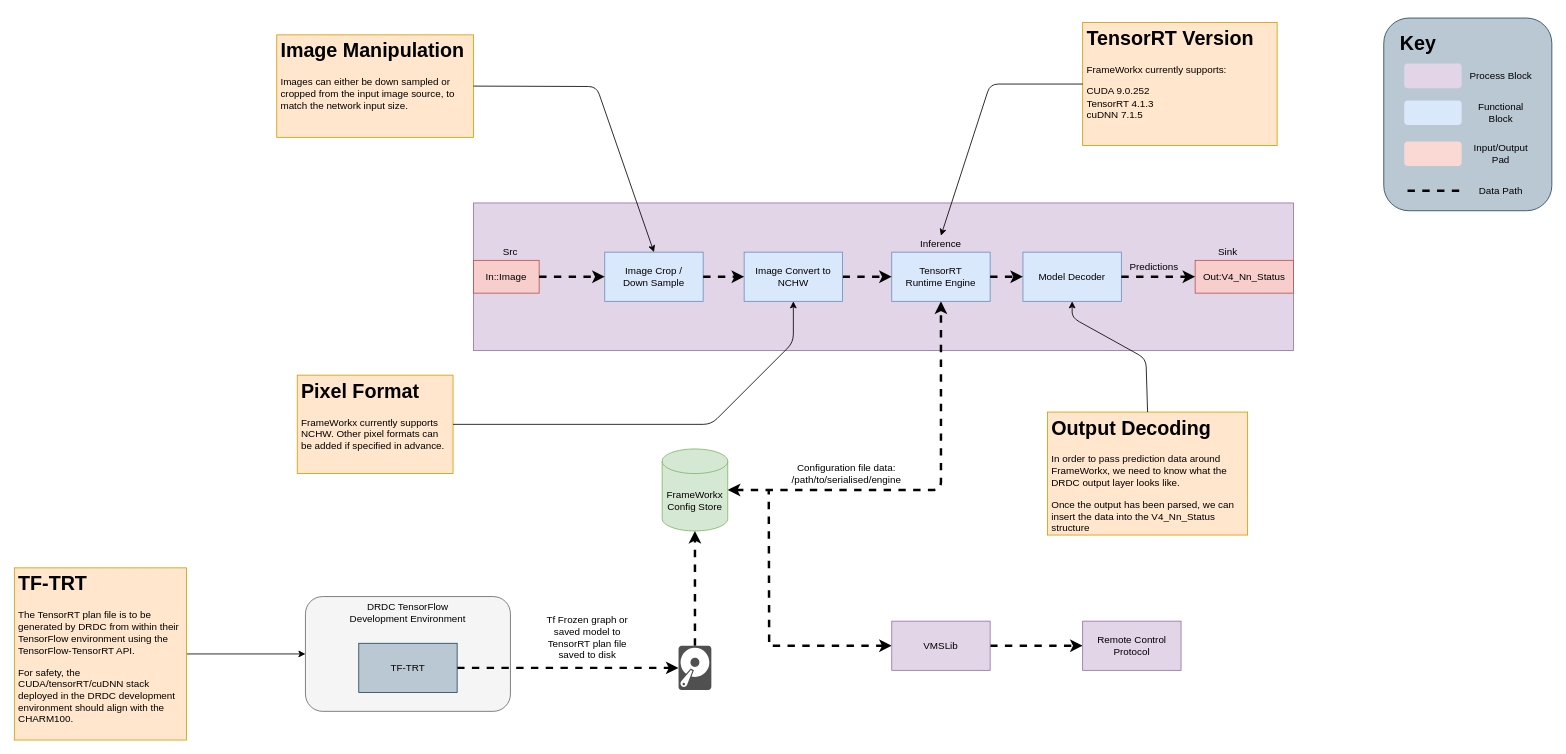
This is drdc_frameworkx_block_d.drawio from mj8ac/hello-world, a draw.io file, before an edit. Source tidied: cells renumbered, new cells numbered last; positions are measured from the earlier drawing's top-left corner, leaving out a move shared by most shapes. Both pictures are drawn from the tidied source at 82%, with x=0, y=0 at pixel (14, 17).
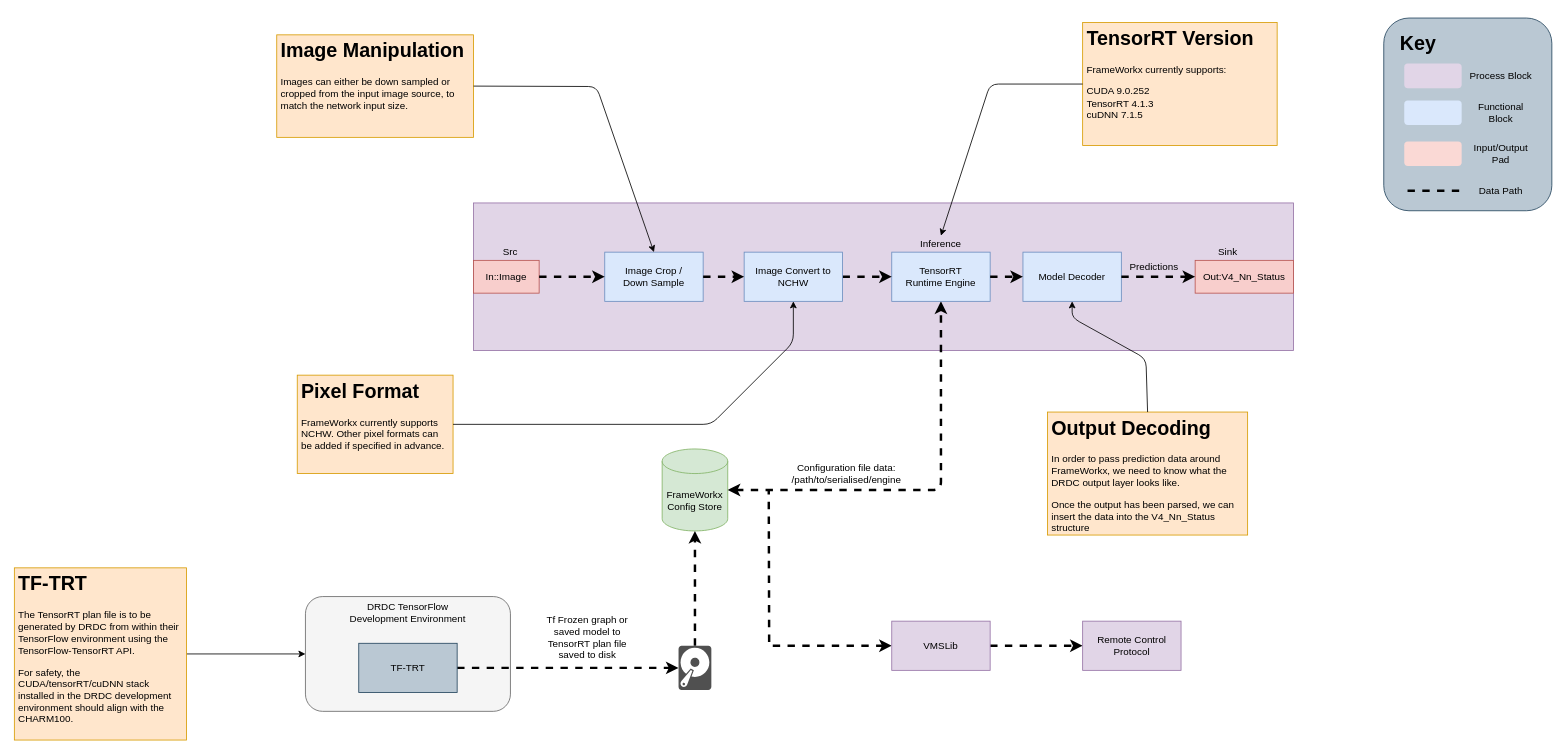
Above is the later version.

The edit, as a diff of the source:
```diff
@@
-    <mxCell id="42" value="&lt;h1&gt;TF-TRT&lt;/h1&gt;&lt;p&gt;The TensorRT plan file is to be generated by DRDC from within their TensorFlow environment using the TensorFlow-TensorRT API.&lt;/p&gt;&lt;p&gt;For safety, the CUDA/tensorRT/cuDNN stack deployed in the DRDC development environment should align with the CHARM100.&lt;/p&gt;" style="text;html=1;strokeColor=#d79b00;fillColor=#ffe6cc;spacing=5;spacingTop=-20;whiteSpace=wrap;overflow=hidden;rounded=0;" parent="1" vertex="1">
+    <mxCell id="42" value="&lt;h1&gt;TF-TRT&lt;/h1&gt;&lt;p&gt;The TensorRT plan file is to be generated by DRDC from within their TensorFlow environment using the TensorFlow-TensorRT API.&lt;/p&gt;&lt;p&gt;For safety, the CUDA/tensorRT/cuDNN stack installed in the DRDC development environment should align with the CHARM100.&lt;/p&gt;" style="text;html=1;strokeColor=#d79b00;fillColor=#ffe6cc;spacing=5;spacingTop=-20;whiteSpace=wrap;overflow=hidden;rounded=0;" parent="1" vertex="1">
       <mxGeometry y="671" width="210" height="210" as="geometry" />
     </mxCell>
```
